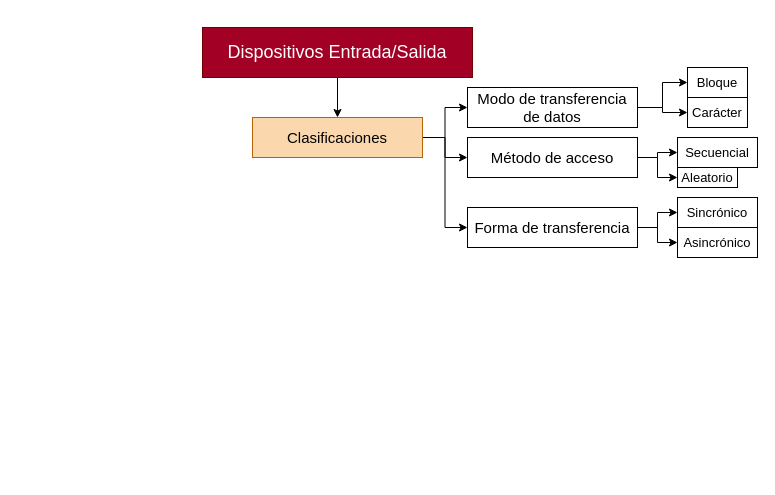
Earlier version of the draw.io diagram Sistemas Operativos 1/Clase 4 - Sist. op. 1.drawio (RMSabrina/Apuntes-Universitarios). Source tidied: cells renumbered, new cells numbered last; positions are measured from the earlier drawing's top-left corner, leaving out a move shared by most shapes. Both pictures are drawn from the tidied source at 100%, with x=0, y=0 at pixel (202, 27).
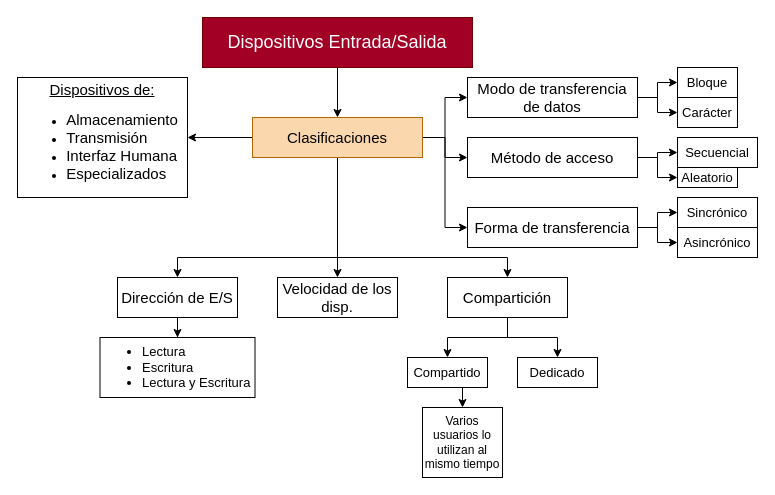
After the change.

The change refers to these unchanged cells:
```xml
<mxCell id="7" value="&lt;font style=&quot;font-size: 15px;&quot;&gt;Clasificaciones&lt;/font&gt;" style="rounded=0;whiteSpace=wrap;html=1;fillColor=#fad7ac;strokeColor=#b46504;" parent="1" vertex="1">
  <mxGeometry x="50" y="90" width="170" height="40" as="geometry" />
</mxCell>
```

Change to the diagram source:
```diff
@@
     <mxCell id="3" value="&lt;font style=&quot;font-size: 18px;&quot;&gt;Dispositivos Entrada/Salida&lt;/font&gt;" style="rounded=0;whiteSpace=wrap;html=1;fillColor=#a20025;strokeColor=#6F0000;fontColor=#ffffff;" parent="1" vertex="1">
-      <mxGeometry width="270" height="50" as="geometry" />
+      <mxGeometry y="-10" width="270" height="50" as="geometry" />
     </mxCell>
@@
+    <mxCell id="23" style="edgeStyle=orthogonalEdgeStyle;rounded=0;jettySize=auto;html=1;exitX=0;exitY=0.5;exitDx=0;exitDy=0;" parent="1" edge="1" source="7" target="34">
+      <mxGeometry relative="1" as="geometry" />
+    </mxCell>
+    <mxCell id="24" style="edgeStyle=orthogonalEdgeStyle;rounded=0;jettySize=auto;html=1;exitX=0.5;exitY=1;exitDx=0;exitDy=0;entryX=0.5;entryY=0;entryDx=0;entryDy=0;" parent="1" edge="1" source="7" target="37">
+      <mxGeometry relative="1" as="geometry">
+        <Array as="points">
+          <mxPoint x="135" y="230" />
+          <mxPoint x="-25" y="230" />
+        </Array>
+      </mxGeometry>
+    </mxCell>
+    <mxCell id="25" style="edgeStyle=orthogonalEdgeStyle;rounded=0;jettySize=auto;html=1;exitX=0.5;exitY=1;exitDx=0;exitDy=0;entryX=0.5;entryY=0;entryDx=0;entryDy=0;" parent="1" edge="1" source="7" target="35">
+      <mxGeometry relative="1" as="geometry" />
+    </mxCell>
+    <mxCell id="26" style="edgeStyle=orthogonalEdgeStyle;rounded=0;jettySize=auto;html=1;exitX=0.5;exitY=1;exitDx=0;exitDy=0;entryX=0.5;entryY=0;entryDx=0;entryDy=0;" parent="1" edge="1" source="7" target="29">
+      <mxGeometry relative="1" as="geometry">
+        <Array as="points">
+          <mxPoint x="135" y="230" />
+          <mxPoint x="305" y="230" />
+        </Array>
+      </mxGeometry>
+    </mxCell>
@@
     <mxCell id="10" value="&lt;font style=&quot;font-size: 15px;&quot;&gt;Modo de transferencia de datos&lt;/font&gt;" style="rounded=0;whiteSpace=wrap;html=1;" parent="1" vertex="1">
-      <mxGeometry x="265" y="60" width="170" height="40" as="geometry" />
+      <mxGeometry x="265" y="50" width="170" height="40" as="geometry" />
     </mxCell>
     <mxCell id="11" value="&lt;font style=&quot;font-size: 13px;&quot;&gt;Carácter&lt;/font&gt;" style="rounded=0;whiteSpace=wrap;html=1;" parent="1" vertex="1">
-      <mxGeometry x="485" y="70" width="60" height="30" as="geometry" />
+      <mxGeometry x="475" y="70" width="60" height="30" as="geometry" />
     </mxCell>
     <mxCell id="12" value="&lt;font style=&quot;font-size: 13px;&quot;&gt;Bloque&lt;/font&gt;" style="rounded=0;whiteSpace=wrap;html=1;" parent="1" vertex="1">
-      <mxGeometry x="485" y="40" width="60" height="30" as="geometry" />
+      <mxGeometry x="475" y="40" width="60" height="30" as="geometry" />
     </mxCell>
@@
+    <mxCell id="27" style="edgeStyle=orthogonalEdgeStyle;rounded=0;jettySize=auto;html=1;exitX=0.5;exitY=1;exitDx=0;exitDy=0;entryX=0.5;entryY=0;entryDx=0;entryDy=0;" parent="1" edge="1" source="29" target="32">
+      <mxGeometry relative="1" as="geometry" />
+    </mxCell>
+    <mxCell id="28" style="edgeStyle=orthogonalEdgeStyle;rounded=0;jettySize=auto;html=1;exitX=0.5;exitY=1;exitDx=0;exitDy=0;entryX=0.5;entryY=0;entryDx=0;entryDy=0;" parent="1" edge="1" source="29" target="30">
+      <mxGeometry relative="1" as="geometry" />
+    </mxCell>
+    <mxCell id="29" value="&lt;font style=&quot;font-size: 15px;&quot;&gt;Compartición&lt;/font&gt;" style="rounded=0;whiteSpace=wrap;html=1;" parent="1" vertex="1">
+      <mxGeometry x="245" y="250" width="120" height="40" as="geometry" />
+    </mxCell>
+    <mxCell id="30" value="&lt;font style=&quot;font-size: 13px;&quot;&gt;Dedicado&lt;/font&gt;" style="rounded=0;whiteSpace=wrap;html=1;" parent="1" vertex="1">
+      <mxGeometry x="315" y="330" width="80" height="30" as="geometry" />
+    </mxCell>
+    <mxCell id="31" style="edgeStyle=orthogonalEdgeStyle;rounded=0;jettySize=auto;html=1;exitX=0.5;exitY=1;exitDx=0;exitDy=0;entryX=0.5;entryY=0;entryDx=0;entryDy=0;" parent="1" edge="1" source="32" target="33">
+      <mxGeometry relative="1" as="geometry" />
+    </mxCell>
+    <mxCell id="32" value="&lt;font style=&quot;font-size: 13px;&quot;&gt;Compartido&lt;/font&gt;" style="rounded=0;whiteSpace=wrap;html=1;" parent="1" vertex="1">
+      <mxGeometry x="205" y="330" width="80" height="30" as="geometry" />
+    </mxCell>
+    <mxCell id="33" value="&lt;font style=&quot;font-size: 12px;&quot;&gt;Varios usuarios lo utilizan al mismo tiempo&lt;/font&gt;" style="rounded=0;whiteSpace=wrap;html=1;" parent="1" vertex="1">
+      <mxGeometry x="220" y="380" width="80" height="70" as="geometry" />
+    </mxCell>
+    <mxCell id="34" value="&lt;div&gt;&lt;span style=&quot;font-size: 15px;&quot;&gt;&lt;u&gt;Dispositivos de:&lt;/u&gt;&lt;/span&gt;&lt;/div&gt;&lt;ul&gt;&lt;li style=&quot;text-align: left;&quot;&gt;&lt;font style=&quot;font-size: 15px;&quot;&gt;Almacenamiento&lt;/font&gt;&lt;/li&gt;&lt;li style=&quot;text-align: left;&quot;&gt;&lt;font style=&quot;font-size: 15px;&quot;&gt;Transmisión&amp;nbsp;&lt;/font&gt;&lt;/li&gt;&lt;li style=&quot;text-align: left;&quot;&gt;&lt;font style=&quot;font-size: 15px;&quot;&gt;Interfaz Humana&lt;/font&gt;&lt;/li&gt;&lt;li style=&quot;text-align: left;&quot;&gt;&lt;font style=&quot;font-size: 15px;&quot;&gt;Especializados&lt;/font&gt;&lt;/li&gt;&lt;/ul&gt;" style="rounded=0;whiteSpace=wrap;html=1;" parent="1" vertex="1">
+      <mxGeometry x="-185" y="50" width="170" height="120" as="geometry" />
+    </mxCell>
+    <mxCell id="35" value="&lt;font style=&quot;font-size: 15px;&quot;&gt;Velocidad de los disp.&lt;/font&gt;" style="rounded=0;whiteSpace=wrap;html=1;" parent="1" vertex="1">
+      <mxGeometry x="75" y="250" width="120" height="40" as="geometry" />
+    </mxCell>
+    <mxCell id="36" style="edgeStyle=orthogonalEdgeStyle;rounded=0;jettySize=auto;html=1;exitX=0.5;exitY=1;exitDx=0;exitDy=0;" parent="1" edge="1" source="37" target="38">
+      <mxGeometry relative="1" as="geometry" />
+    </mxCell>
+    <mxCell id="37" value="&lt;font style=&quot;font-size: 15px;&quot;&gt;Dirección de E/S&lt;/font&gt;" style="rounded=0;whiteSpace=wrap;html=1;" parent="1" vertex="1">
+      <mxGeometry x="-85" y="250" width="120" height="40" as="geometry" />
+    </mxCell>
+    <mxCell id="38" value="&lt;ul style=&quot;font-size: 13px;&quot;&gt;&lt;li&gt;&lt;span style=&quot;&quot;&gt;Lectura&lt;/span&gt;&lt;/li&gt;&lt;li&gt;&lt;span style=&quot;&quot;&gt;Escritura&amp;nbsp;&lt;/span&gt;&lt;/li&gt;&lt;li&gt;&lt;span style=&quot;&quot;&gt;Lectura y Escritura&lt;/span&gt;&lt;/li&gt;&lt;/ul&gt;" style="rounded=0;whiteSpace=wrap;html=1;align=left;" parent="1" vertex="1">
+      <mxGeometry x="-102.5" y="310" width="155" height="60" as="geometry" />
+    </mxCell>
```
